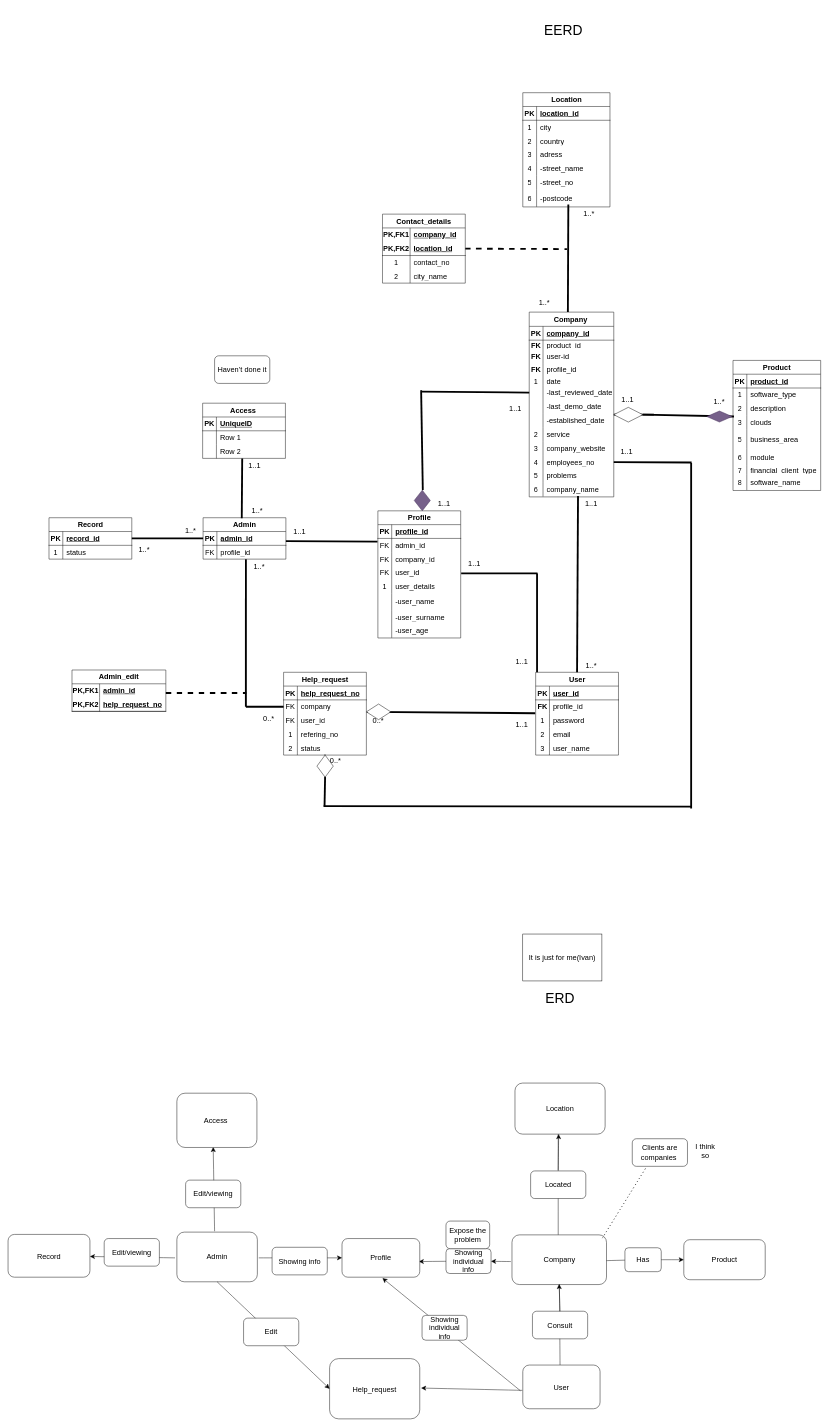
Earlier version of the draw.io diagram EERD.drawio (CocaDoU/Team5). Source tidied: cells renumbered, new cells numbered last; positions are measured from the earlier drawing's top-left corner, leaving out a move shared by most shapes. Both pictures are drawn from the tidied source at 46%, with x=0, y=0 at pixel (8, 8).
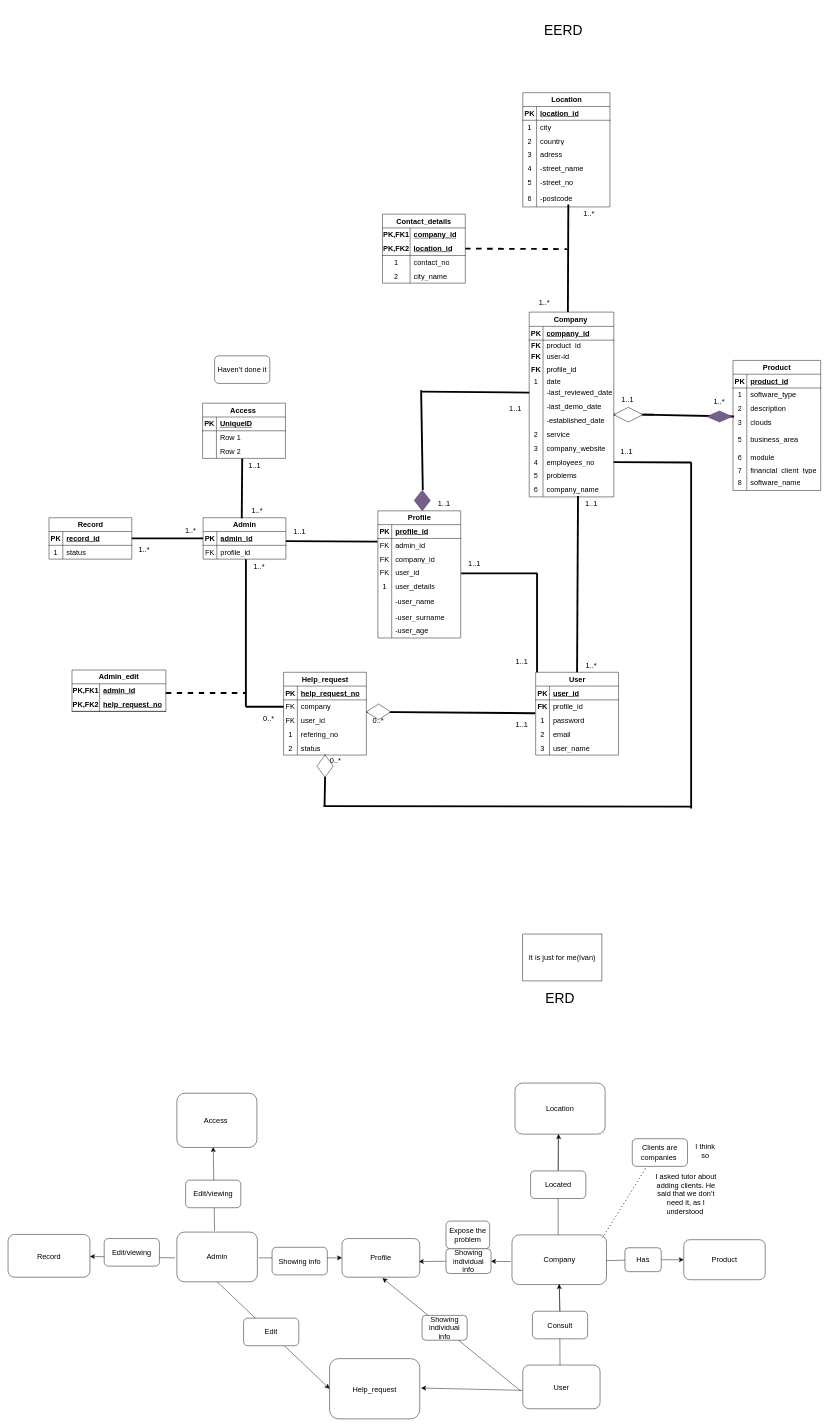
The same diagram, later.

What changed in the source:
```diff
@@
+    <mxCell id="278" value="I asked tutor about adding clients. He said that we don’t need it, as I understood&amp;nbsp;" style="text;html=1;strokeColor=none;fillColor=none;align=center;verticalAlign=middle;whiteSpace=wrap;rounded=0;fontSize=16;" parent="1" vertex="1">
+      <mxGeometry x="1402" y="2521.5" width="144" height="113" as="geometry" />
+    </mxCell>
```
